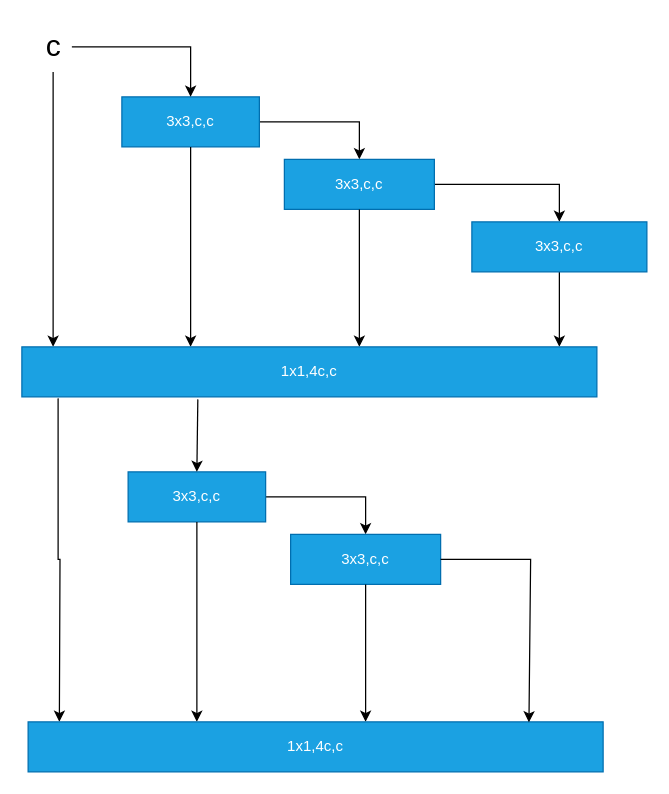
bxhsort/code-of-learn-deep-learning-with-pytorch keeps this draw.io diagram as 未命名绘图.drawio. Above is the earlier version. Source tidied: cells renumbered, new cells numbered last; positions are measured from the earlier drawing's top-left corner, leaving out a move shared by most shapes. Both pictures are drawn from the tidied source at 125%, with x=0, y=0 at pixel (21, 21).
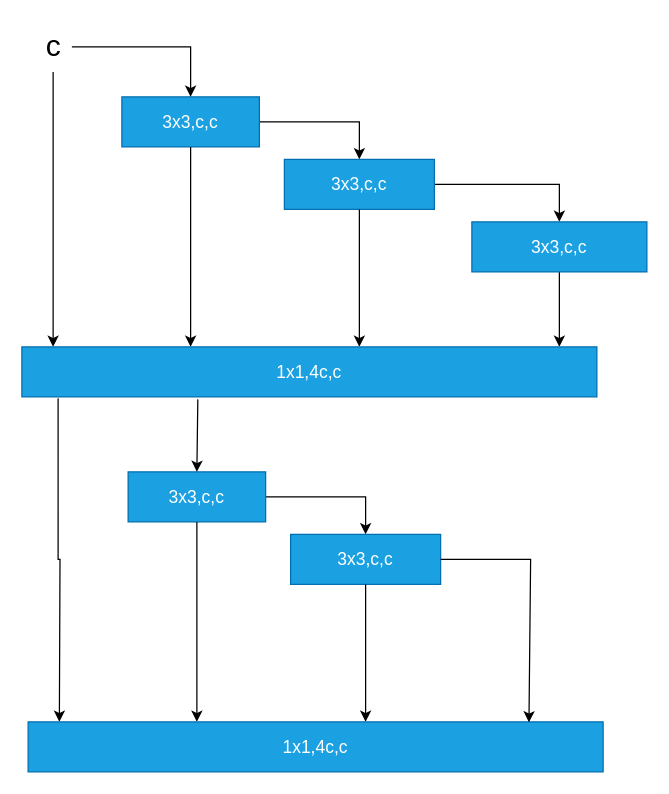
After the change.

Commit message (it also covers changes not shown here):
更新未命名绘图.drawio

The edit, as a diff of the source:
```diff
@@
-    <mxCell id="3" value="3x3,c,c" style="rounded=0;whiteSpace=wrap;html=1;fillColor=#1ba1e2;strokeColor=#006EAF;fontColor=#ffffff;" parent="1" vertex="1">
+    <mxCell id="3" value="&lt;font style=&quot;font-size: 14px;&quot;&gt;3x3,c,c&lt;/font&gt;" style="rounded=0;whiteSpace=wrap;html=1;fillColor=#1ba1e2;strokeColor=#006EAF;fontColor=#ffffff;" parent="1" vertex="1">
       <mxGeometry x="80" y="60" width="110" height="40" as="geometry" />
     </mxCell>
@@
-    <mxCell id="8" value="3x3,c,c" style="rounded=0;whiteSpace=wrap;html=1;fillColor=#1ba1e2;fontColor=#ffffff;strokeColor=#006EAF;" parent="1" vertex="1">
+    <mxCell id="8" value="&lt;font style=&quot;font-size: 14px;&quot;&gt;3x3,c,c&lt;/font&gt;" style="rounded=0;whiteSpace=wrap;html=1;fillColor=#1ba1e2;fontColor=#ffffff;strokeColor=#006EAF;" parent="1" vertex="1">
       <mxGeometry x="210" y="110" width="120" height="40" as="geometry" />
     </mxCell>
@@
-    <mxCell id="10" value="3x3,c,c" style="rounded=0;whiteSpace=wrap;html=1;fillColor=#1ba1e2;fontColor=#ffffff;strokeColor=#006EAF;" parent="1" vertex="1">
+    <mxCell id="10" value="&lt;font style=&quot;font-size: 14px;&quot;&gt;3x3,c,c&lt;/font&gt;" style="rounded=0;whiteSpace=wrap;html=1;fillColor=#1ba1e2;fontColor=#ffffff;strokeColor=#006EAF;" parent="1" vertex="1">
       <mxGeometry x="360" y="160" width="140" height="40" as="geometry" />
     </mxCell>
@@
-    <mxCell id="13" value="1x1,4c,c" style="rounded=0;whiteSpace=wrap;html=1;fillColor=#1ba1e2;fontColor=#ffffff;strokeColor=#006EAF;" parent="1" vertex="1">
+    <mxCell id="13" value="&lt;font style=&quot;font-size: 14px;&quot;&gt;1x1,4c,c&lt;/font&gt;" style="rounded=0;whiteSpace=wrap;html=1;fillColor=#1ba1e2;fontColor=#ffffff;strokeColor=#006EAF;" parent="1" vertex="1">
       <mxGeometry y="260" width="460" height="40" as="geometry" />
     </mxCell>
@@
-    <mxCell id="15" value="3x3,c,c" style="rounded=0;whiteSpace=wrap;html=1;fillColor=#1ba1e2;strokeColor=#006EAF;fontColor=#ffffff;" parent="1" vertex="1">
+    <mxCell id="15" value="&lt;font style=&quot;font-size: 14px;&quot;&gt;3x3,c,c&lt;/font&gt;" style="rounded=0;whiteSpace=wrap;html=1;fillColor=#1ba1e2;strokeColor=#006EAF;fontColor=#ffffff;" parent="1" vertex="1">
       <mxGeometry x="85" y="360" width="110" height="40" as="geometry" />
     </mxCell>
@@
-    <mxCell id="17" value="3x3,c,c" style="rounded=0;whiteSpace=wrap;html=1;fillColor=#1ba1e2;fontColor=#ffffff;strokeColor=#006EAF;" parent="1" vertex="1">
+    <mxCell id="17" value="&lt;font style=&quot;font-size: 14px;&quot;&gt;3x3,c,c&lt;/font&gt;" style="rounded=0;whiteSpace=wrap;html=1;fillColor=#1ba1e2;fontColor=#ffffff;strokeColor=#006EAF;" parent="1" vertex="1">
       <mxGeometry x="215" y="410" width="120" height="40" as="geometry" />
     </mxCell>
@@
-    <mxCell id="20" value="1x1,4c,c" style="rounded=0;whiteSpace=wrap;html=1;fillColor=#1ba1e2;fontColor=#ffffff;strokeColor=#006EAF;" parent="1" vertex="1">
+    <mxCell id="20" value="&lt;font style=&quot;font-size: 14px;&quot;&gt;1x1,4c,c&lt;/font&gt;" style="rounded=0;whiteSpace=wrap;html=1;fillColor=#1ba1e2;fontColor=#ffffff;strokeColor=#006EAF;" parent="1" vertex="1">
       <mxGeometry x="5" y="560" width="460" height="40" as="geometry" />
     </mxCell>
```
